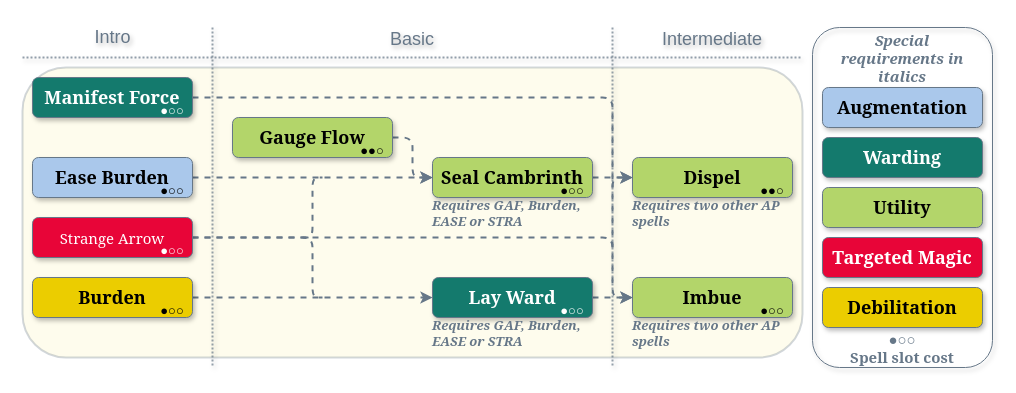
The draw.io diagram Analogous Patterns/Analogous_Patterns.drawio in MahtraDR/dr-spell-trees, before the edit. Source tidied: cells renumbered, new cells numbered last; positions are measured from the earlier drawing's top-left corner, leaving out a move shared by most shapes. Both pictures are drawn from the tidied source at 100%, with x=0, y=0 at pixel (22, 17).
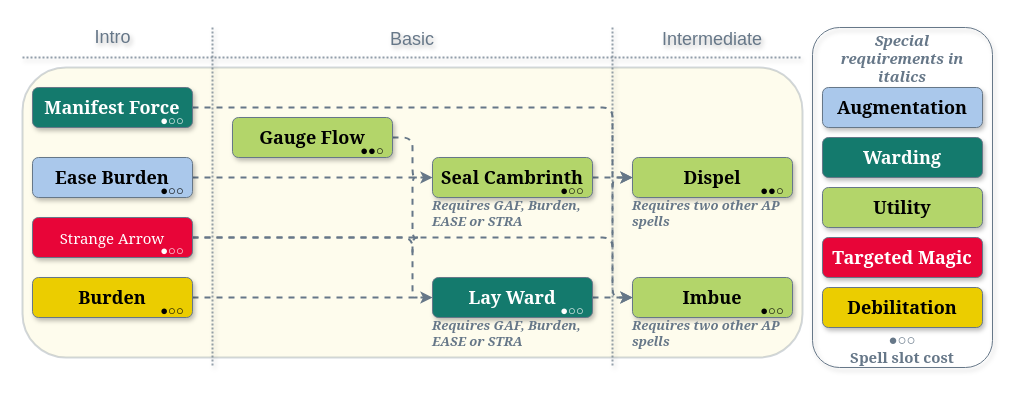
After the change.

The change refers to these unchanged cells:
```xml
<mxCell id="9" value="Strange Arrow" style="rounded=1;strokeWidth=1;strokeColor=#667788;textShadow=0;labelBackgroundColor=none;whiteSpace=wrap;fontSize=15;fontFamily=Georgia;fillColor=#E80538;fontColor=#FFFFFF;shadow=1;glass=0;align=center;verticalAlign=middle;fontStyle=0;" parent="3" vertex="1">
  <mxGeometry x="10" y="200" width="160" height="40" as="geometry" />
</mxCell>
<mxCell id="11" value="Gauge Flow" style="rounded=1;strokeWidth=1;strokeColor=#667788;textShadow=0;labelBackgroundColor=none;whiteSpace=wrap;fontSize=18;fontFamily=Georgia;fillColor=#B3D56A;fontColor=#000000;shadow=1;glass=0;align=center;verticalAlign=middle;fontStyle=1;" parent="3" vertex="1">
  <mxGeometry x="210" y="100" width="160" height="40" as="geometry" />
</mxCell>
<mxCell id="16" value="Seal Cambrinth" style="rounded=1;strokeWidth=1;strokeColor=#667788;textShadow=0;labelBackgroundColor=none;whiteSpace=wrap;fontSize=18;fontFamily=Georgia;fillColor=#B3D56A;fontColor=#000000;shadow=1;glass=0;align=center;verticalAlign=middle;fontStyle=1;" parent="3" vertex="1">
  <mxGeometry x="410" y="140" width="160" height="40" as="geometry" />
</mxCell>
```

Change to the diagram source:
```diff
@@
     <mxCell id="6" style="edgeStyle=orthogonalEdgeStyle;rounded=1;jettySize=auto;html=1;exitX=1;exitY=0.5;exitDx=0;exitDy=0;strokeColor=#667788;dashed=1;strokeWidth=2;curved=0;endArrow=none;endFill=0;" parent="3" edge="1" source="9">
       <mxGeometry relative="1" as="geometry">
-        <mxPoint x="300" y="280" as="targetPoint" />
+        <mxPoint x="395" y="280" as="targetPoint" />
         <Array as="points">
-          <mxPoint x="290" y="220" />
-          <mxPoint x="290" y="280" />
+          <mxPoint x="390" y="220" />
+          <mxPoint x="390" y="280" />
         </Array>
       </mxGeometry>
     </mxCell>
     <mxCell id="7" style="edgeStyle=orthogonalEdgeStyle;shape=connector;rounded=1;orthogonalLoop=1;jettySize=auto;html=1;dashed=1;strokeColor=#667788;strokeWidth=2;align=center;verticalAlign=middle;fontFamily=Helvetica;fontSize=11;fontColor=default;labelBackgroundColor=default;endArrow=none;curved=0;endFill=0;" parent="3" edge="1">
       <mxGeometry relative="1" as="geometry">
-        <mxPoint x="280" y="220" as="sourcePoint" />
-        <mxPoint x="300" y="160" as="targetPoint" />
+        <mxPoint x="395" y="220" as="sourcePoint" />
+        <mxPoint x="395" y="160" as="targetPoint" />
         <Array as="points">
-          <mxPoint x="290" y="220" />
-          <mxPoint x="290" y="160" />
+          <mxPoint x="390" y="220" />
+          <mxPoint x="390" y="160" />
         </Array>
       </mxGeometry>
     </mxCell>
@@
-    <mxCell id="10" style="edgeStyle=orthogonalEdgeStyle;rounded=1;jettySize=auto;html=1;exitX=1;exitY=0.5;exitDx=0;exitDy=0;entryX=0;entryY=0.5;entryDx=0;entryDy=0;strokeColor=#667788;dashed=1;strokeWidth=2;curved=0;" parent="3" edge="1" source="11" target="16">
-      <mxGeometry relative="1" as="geometry" />
+    <mxCell id="10" style="edgeStyle=orthogonalEdgeStyle;rounded=1;jettySize=auto;html=1;exitX=1;exitY=0.5;exitDx=0;exitDy=0;strokeColor=#667788;dashed=1;strokeWidth=2;curved=0;endArrow=none;endFill=0;" parent="3" edge="1" source="11">
+      <mxGeometry relative="1" as="geometry">
+        <mxPoint x="395" y="160" as="targetPoint" />
+        <Array as="points">
+          <mxPoint x="390" y="120" />
+          <mxPoint x="390" y="160" />
+        </Array>
+      </mxGeometry>
     </mxCell>
@@
     <mxCell id="19" style="edgeStyle=orthogonalEdgeStyle;shape=connector;rounded=1;jettySize=auto;html=1;exitX=1;exitY=0.5;exitDx=0;exitDy=0;dashed=1;strokeColor=#667788;strokeWidth=2;align=center;verticalAlign=middle;fontFamily=Helvetica;fontSize=11;fontColor=default;labelBackgroundColor=default;endArrow=none;curved=0;endFill=0;" parent="3" edge="1" source="20">
       <mxGeometry relative="1" as="geometry">
         <mxPoint x="590" y="170" as="targetPoint" />
         <Array as="points">
-          <mxPoint x="590" y="80" />
+          <mxPoint x="590" y="90" />
         </Array>
       </mxGeometry>
     </mxCell>
     <mxCell id="20" value="Manifest Force" style="rounded=1;strokeWidth=1;strokeColor=#667788;textShadow=0;labelBackgroundColor=none;whiteSpace=wrap;fontSize=18;fontFamily=Georgia;fillColor=#147A6D;fontColor=#FFFFFF;shadow=1;glass=0;align=center;verticalAlign=middle;fontStyle=1;" parent="3" vertex="1">
-      <mxGeometry x="10" y="60" width="160" height="40" as="geometry" />
+      <mxGeometry x="10" y="70" width="160" height="40" as="geometry" />
     </mxCell>
@@
     <mxCell id="40" value="●○○" style="text;align=center;verticalAlign=middle;rounded=0;fontFamily=Helvetica;fontSize=13;fontColor=#FFFFFF;labelBackgroundColor=none;spacing=0;spacingTop=0;spacingBottom=-5;fillColor=none;" parent="38" vertex="1">
-      <mxGeometry x="130" y="80" width="40" height="20" as="geometry" />
+      <mxGeometry x="130" y="90" width="40" height="20" as="geometry" />
     </mxCell>
@@
+    <mxCell id="54" style="endArrow=none;html=1;rounded=1;dashed=1;strokeColor=#667788;strokeWidth=2;align=center;verticalAlign=middle;fontFamily=Helvetica;fontSize=11;fontColor=default;labelBackgroundColor=default;edgeStyle=orthogonalEdgeStyle;curved=0;" parent="38" edge="1">
+      <mxGeometry relative="1" as="geometry">
+        <mxPoint x="390" y="235" as="sourcePoint" />
+        <mxPoint x="400" y="220" as="targetPoint" />
+        <Array as="points">
+          <mxPoint x="390" y="220" />
+        </Array>
+      </mxGeometry>
+    </mxCell>
```
